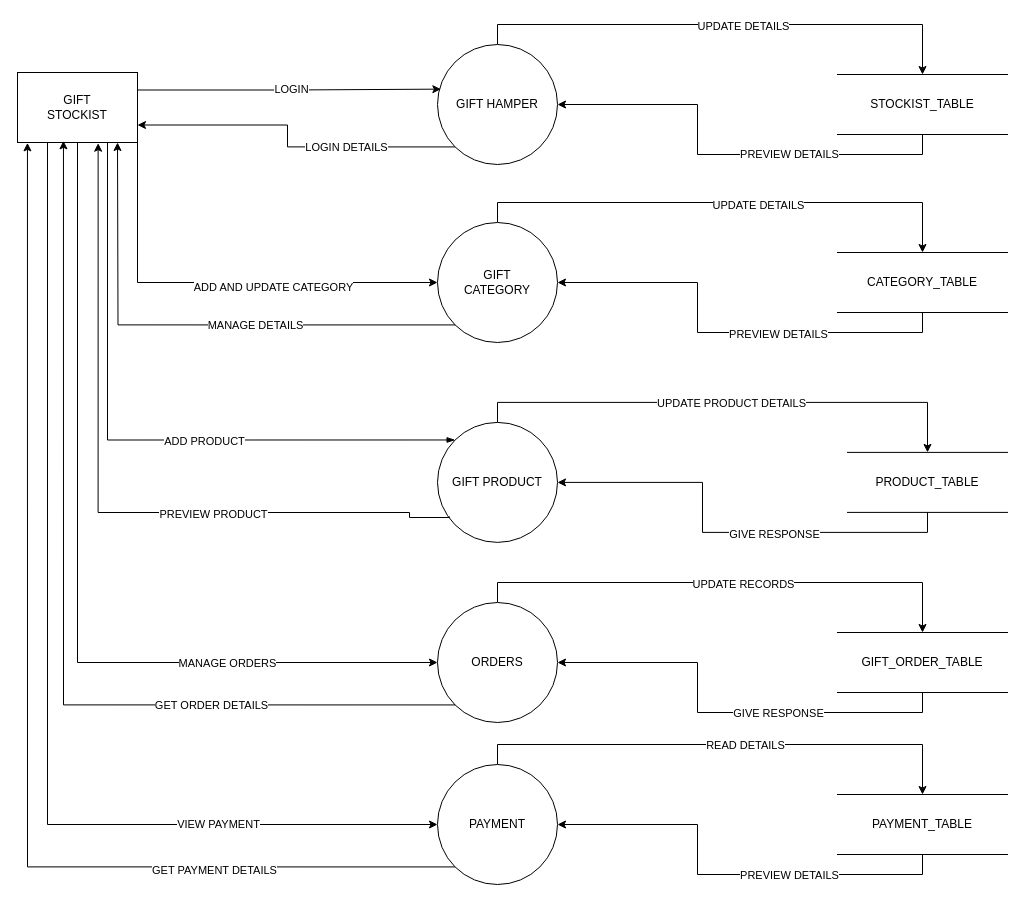
Before: page "DFD-1(STOCKIST)" (11 of 18) of DOCUMENTATION.drawio in panchalbhavya2210/gift_documentation, a draw.io diagram. Source tidied: cells renumbered, new cells numbered last; positions are measured from the earlier drawing's top-left corner, leaving out a move shared by most shapes. Both pictures are drawn from the tidied source at 100%, with x=0, y=0 at pixel (17, 44).
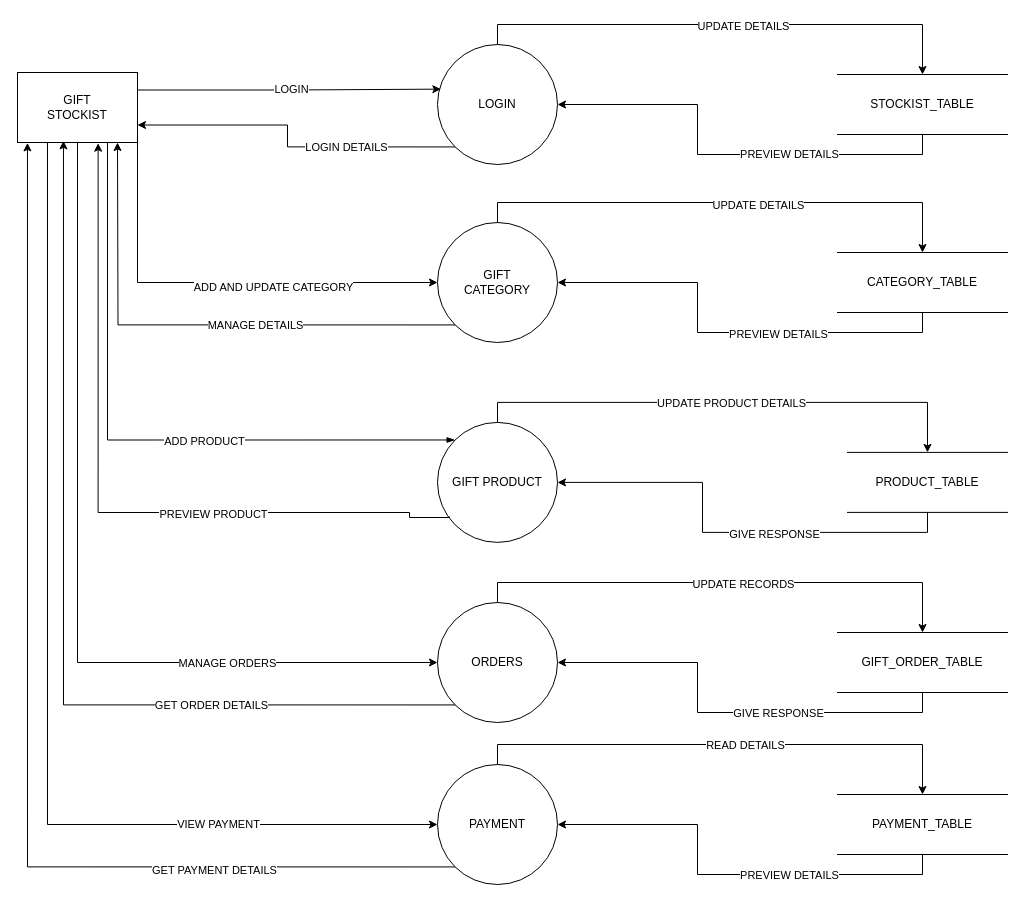
The same diagram, later.

The edit, as a diff of the source:
```diff
@@
-    <mxCell id="47" value="GIFT HAMPER" style="ellipse;whiteSpace=wrap;html=1;" parent="1" vertex="1">
+    <mxCell id="47" value="LOGIN" style="ellipse;whiteSpace=wrap;html=1;" parent="1" vertex="1">
       <mxGeometry x="420" width="120" height="120" as="geometry" />
     </mxCell>
```
